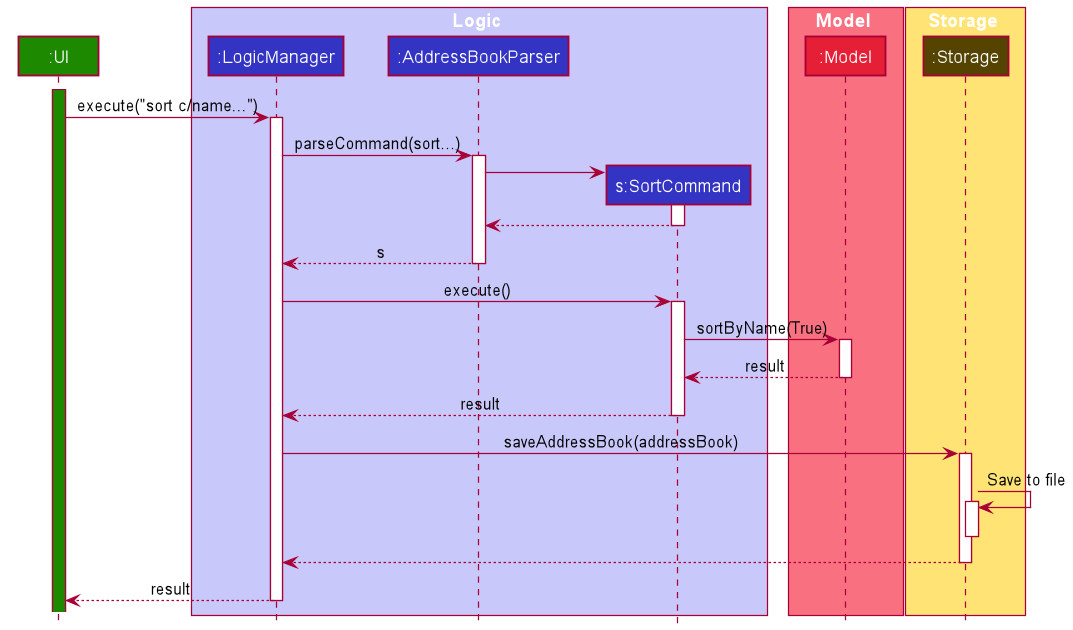
nus-cs2103-AY2021S2/tp keeps this PlantUML diagram as docs/images/SortSequenceDiagram.png. Above is the earlier version.
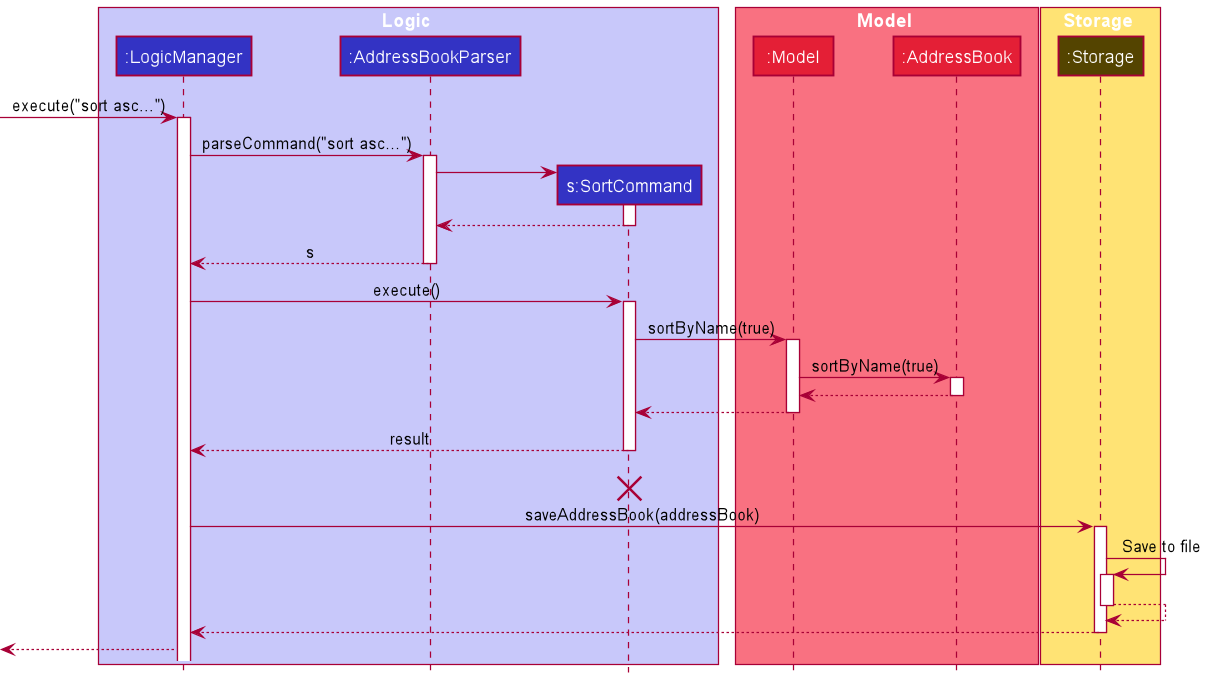
The same diagram one commit later.

The edit, as a diff of the source:
```diff
@@ -1,7 +1,6 @@
 @startuml
 !include Style.puml
 
-participant ":UI" as UI UI_COLOR
 
 box Logic LOGIC_COLOR_T1
 participant ":LogicManager" as LogicManager LOGIC_COLOR
@@ -11,6 +10,7 @@
 
 box Model MODEL_COLOR_T1
 participant ":Model" as Model MODEL_COLOR_T2
+participant ":AddressBook" as AddressBook MODEL_COLOR_T2
 end box
 
 box Storage STORAGE_COLOR_T1
@@ -18,12 +18,10 @@
 end box
 
 
-activate UI UI_COLOR
-
-UI -> LogicManager : execute("sort c/name...")
+ -> LogicManager : execute("sort asc...")
 activate LogicManager
 
-LogicManager -> AddressBookParser : parseCommand(sort...)
+LogicManager -> AddressBookParser : parseCommand("sort asc...")
 activate AddressBookParser
 
 create SortCommand
@@ -39,24 +37,36 @@
 LogicManager -> SortCommand : execute()
 activate SortCommand
 
-SortCommand -> Model : sortByName(True)
+SortCommand -> Model : sortByName(true)
 activate Model
 
-Model --> SortCommand : result
+Model -> AddressBook : sortByName(true)
+activate AddressBook
+
+AddressBook --> Model
+deactivate AddressBook
+
+Model --> SortCommand :
 deactivate Model
 SortCommand --> LogicManager : result
 deactivate SortCommand
+SortCommand -[hidden]-> LogicManager : result
+destroy SortCommand
+
 
 LogicManager -> Storage : saveAddressBook(addressBook)
 activate Storage
 
 Storage -> Storage : Save to file
 activate Storage
+
+Storage --> Storage
 deactivate Storage
+
 
 Storage --> LogicManager :
 deactivate Storage
 
-LogicManager --> UI : result
-deactivate LogicManager
+<-- LogicManager
+
 @enduml
```
